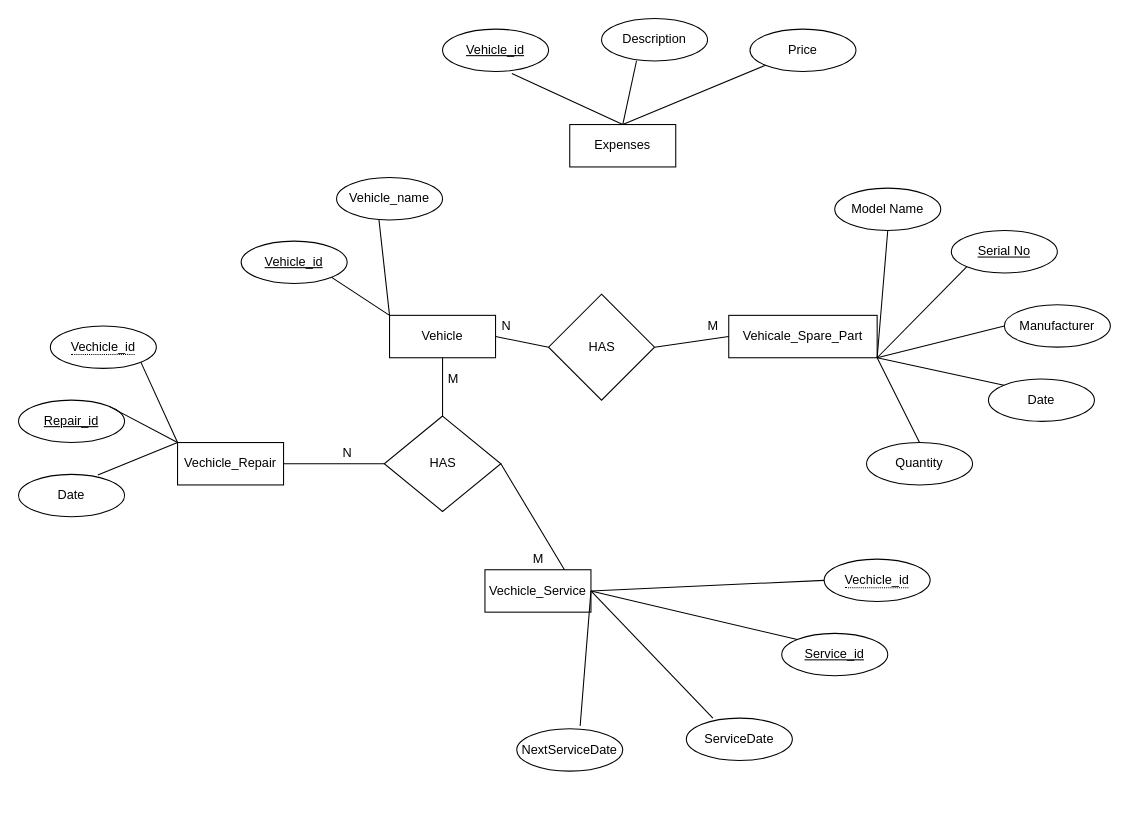
Before: ITP.drawio in Lasitha64/Project1, a draw.io diagram. Source tidied: cells renumbered, new cells numbered last; positions are measured from the earlier drawing's top-left corner, leaving out a move shared by most shapes. Both pictures are drawn from the tidied source at 106%, with x=0, y=0 at pixel (18, 18).
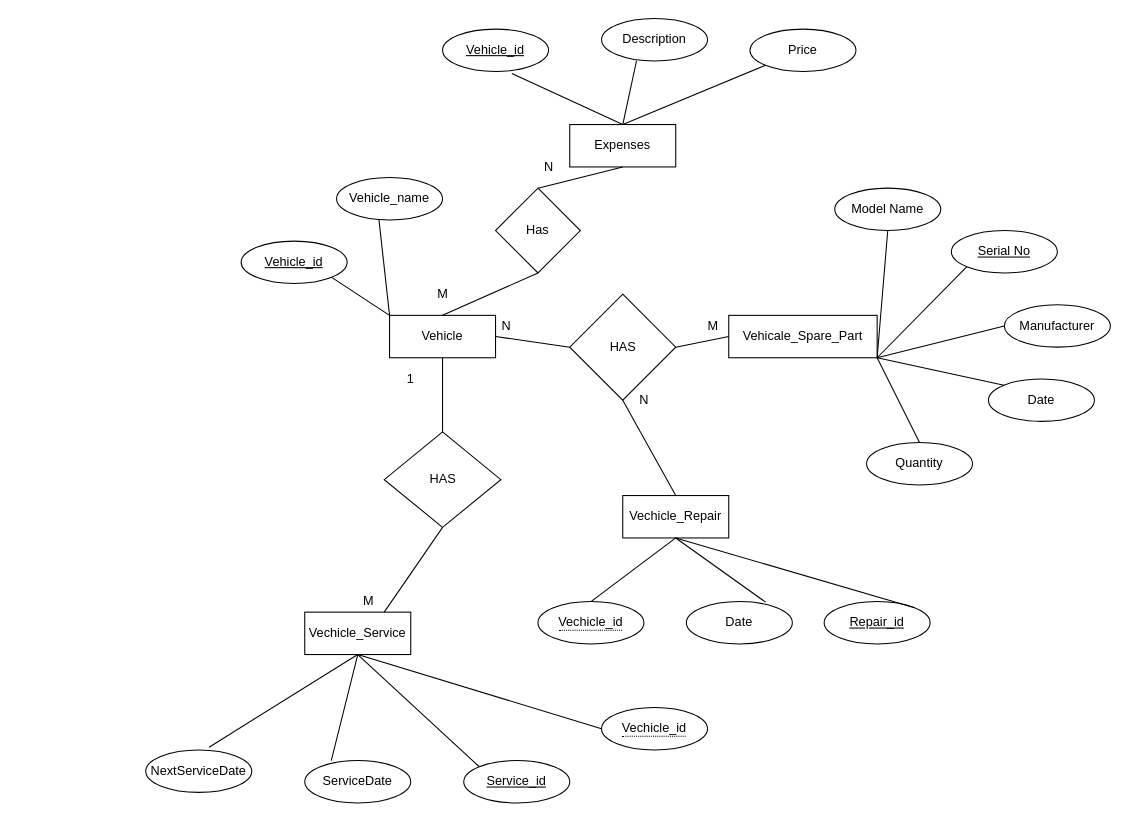
Above is the later version.

Unchanged cells that the change refers to:
```xml
<mxCell id="13" value="Vehicle" style="whiteSpace=wrap;html=1;align=center;" parent="1" vertex="1">
  <mxGeometry x="350" y="280" width="100" height="40" as="geometry" />
</mxCell>
<mxCell id="46" value="Expenses" style="whiteSpace=wrap;html=1;align=center;" parent="1" vertex="1">
  <mxGeometry x="520" y="100" width="100" height="40" as="geometry" />
</mxCell>
```

Change to the diagram source:
```diff
@@
     <mxCell id="18" value="HAS" style="shape=rhombus;html=1;dashed=0;whitespace=wrap;perimeter=rhombusPerimeter;" parent="1" vertex="1">
-      <mxGeometry x="500" y="260" width="100" height="100" as="geometry" />
+      <mxGeometry x="520" y="260" width="100" height="100" as="geometry" />
     </mxCell>
@@
     <mxCell id="23" value="Vechicle_Repair" style="whiteSpace=wrap;html=1;align=center;" parent="1" vertex="1">
-      <mxGeometry x="150" y="400" width="100" height="40" as="geometry" />
+      <mxGeometry x="570" y="450" width="100" height="40" as="geometry" />
     </mxCell>
     <mxCell id="24" value="&lt;span style=&quot;border-bottom: 1px dotted&quot;&gt;Vechicle_id&lt;br&gt;&lt;/span&gt;" style="ellipse;whiteSpace=wrap;html=1;align=center;" parent="1" vertex="1">
-      <mxGeometry x="30" y="290" width="100" height="40" as="geometry" />
+      <mxGeometry x="490" y="550" width="100" height="40" as="geometry" />
     </mxCell>
     <mxCell id="25" value="Repair_id" style="ellipse;whiteSpace=wrap;html=1;align=center;fontStyle=4;" parent="1" vertex="1">
-      <mxGeometry y="360" width="100" height="40" as="geometry" />
+      <mxGeometry x="760" y="550" width="100" height="40" as="geometry" />
     </mxCell>
     <mxCell id="26" value="Date" style="ellipse;whiteSpace=wrap;html=1;align=center;" parent="1" vertex="1">
-      <mxGeometry y="430" width="100" height="40" as="geometry" />
+      <mxGeometry x="630" y="550" width="100" height="40" as="geometry" />
     </mxCell>
-    <mxCell id="27" style="endArrow=none;html=1;entryX=1;entryY=1;entryDx=0;entryDy=0;exitX=0;exitY=0;exitDx=0;exitDy=0;" parent="1" edge="1" source="23" target="24">
+    <mxCell id="27" style="endArrow=none;html=1;entryX=0.5;entryY=0;entryDx=0;entryDy=0;exitX=0.5;exitY=1;exitDx=0;exitDy=0;" parent="1" edge="1" source="23" target="24">
       <mxGeometry relative="1" as="geometry" />
     </mxCell>
-    <mxCell id="28" style="endArrow=none;html=1;entryX=1;entryY=0;entryDx=0;entryDy=0;exitX=0;exitY=0;exitDx=0;exitDy=0;" parent="1" edge="1" source="23" target="25">
+    <mxCell id="28" style="endArrow=none;html=1;entryX=1;entryY=0;entryDx=0;entryDy=0;exitX=0.5;exitY=1;exitDx=0;exitDy=0;" parent="1" edge="1" source="23" target="25">
       <mxGeometry relative="1" as="geometry" />
     </mxCell>
-    <mxCell id="29" style="endArrow=none;html=1;entryX=0.748;entryY=0.015;entryDx=0;entryDy=0;exitX=0;exitY=0;exitDx=0;exitDy=0;entryPerimeter=0;" parent="1" edge="1" source="23" target="26">
+    <mxCell id="29" style="endArrow=none;html=1;entryX=0.748;entryY=0.015;entryDx=0;entryDy=0;exitX=0.5;exitY=1;exitDx=0;exitDy=0;entryPerimeter=0;" parent="1" edge="1" source="23" target="26">
       <mxGeometry relative="1" as="geometry" />
     </mxCell>
     <mxCell id="30" value="HAS" style="shape=rhombus;html=1;dashed=0;whitespace=wrap;perimeter=rhombusPerimeter;" parent="1" vertex="1">
-      <mxGeometry x="345" y="375" width="110" height="90" as="geometry" />
+      <mxGeometry x="345" y="390" width="110" height="90" as="geometry" />
     </mxCell>
-    <mxCell id="31" style="endArrow=none;html=1;entryX=0;entryY=0.5;entryDx=0;entryDy=0;exitX=1;exitY=0.5;exitDx=0;exitDy=0;" parent="1" edge="1" source="23" target="30">
+    <mxCell id="31" style="endArrow=none;html=1;entryX=0.5;entryY=1;entryDx=0;entryDy=0;exitX=0.5;exitY=0;exitDx=0;exitDy=0;" parent="1" edge="1" source="23" target="18">
       <mxGeometry relative="1" as="geometry" />
     </mxCell>
@@
     <mxCell id="33" value="N" style="text;html=1;align=center;verticalAlign=middle;strokeColor=none;" parent="1" vertex="1">
-      <mxGeometry x="300" y="400" width="20" height="20" as="geometry" />
+      <mxGeometry x="580" y="350" width="20" height="20" as="geometry" />
     </mxCell>
     <mxCell id="34" value="M" style="text;html=1;align=center;verticalAlign=middle;strokeColor=none;" parent="1" vertex="1">
-      <mxGeometry x="395" y="330" width="30" height="20" as="geometry" />
+      <mxGeometry x="315" y="540" width="30" height="20" as="geometry" />
     </mxCell>
     <mxCell id="35" value="Vechicle_Service" style="whiteSpace=wrap;html=1;align=center;" parent="1" vertex="1">
-      <mxGeometry x="440" y="520" width="100" height="40" as="geometry" />
+      <mxGeometry x="270" y="560" width="100" height="40" as="geometry" />
     </mxCell>
     <mxCell id="36" value="&lt;span style=&quot;border-bottom: 1px dotted&quot;&gt;Vechicle_id&lt;br&gt;&lt;/span&gt;" style="ellipse;whiteSpace=wrap;html=1;align=center;" parent="1" vertex="1">
-      <mxGeometry x="760" y="510" width="100" height="40" as="geometry" />
+      <mxGeometry x="550" y="650" width="100" height="40" as="geometry" />
     </mxCell>
     <mxCell id="37" value="Service_id" style="ellipse;whiteSpace=wrap;html=1;align=center;fontStyle=4;" parent="1" vertex="1">
-      <mxGeometry x="720" y="580" width="100" height="40" as="geometry" />
+      <mxGeometry x="420" y="700" width="100" height="40" as="geometry" />
     </mxCell>
     <mxCell id="38" value="ServiceDate" style="ellipse;whiteSpace=wrap;html=1;align=center;" parent="1" vertex="1">
-      <mxGeometry x="630" y="660" width="100" height="40" as="geometry" />
+      <mxGeometry x="270" y="700" width="100" height="40" as="geometry" />
     </mxCell>
     <mxCell id="39" value="NextServiceDate" style="ellipse;whiteSpace=wrap;html=1;align=center;" parent="1" vertex="1">
-      <mxGeometry x="470" y="670" width="100" height="40" as="geometry" />
+      <mxGeometry x="120" y="690" width="100" height="40" as="geometry" />
     </mxCell>
-    <mxCell id="40" style="endArrow=none;html=1;entryX=0;entryY=0.5;entryDx=0;entryDy=0;exitX=1;exitY=0.5;exitDx=0;exitDy=0;" parent="1" edge="1" source="35" target="36">
+    <mxCell id="40" style="endArrow=none;html=1;entryX=0;entryY=0.5;entryDx=0;entryDy=0;exitX=0.5;exitY=1;exitDx=0;exitDy=0;" parent="1" edge="1" source="35" target="36">
       <mxGeometry relative="1" as="geometry" />
     </mxCell>
-    <mxCell id="41" style="endArrow=none;html=1;entryX=0;entryY=0;entryDx=0;entryDy=0;exitX=1;exitY=0.5;exitDx=0;exitDy=0;" parent="1" edge="1" source="35" target="37">
+    <mxCell id="41" style="endArrow=none;html=1;entryX=0;entryY=0;entryDx=0;entryDy=0;exitX=0.5;exitY=1;exitDx=0;exitDy=0;" parent="1" edge="1" source="35" target="37">
       <mxGeometry relative="1" as="geometry" />
     </mxCell>
-    <mxCell id="42" style="endArrow=none;html=1;entryX=0.25;entryY=0;entryDx=0;entryDy=0;exitX=1;exitY=0.5;exitDx=0;exitDy=0;entryPerimeter=0;" parent="1" edge="1" source="35" target="38">
+    <mxCell id="42" style="endArrow=none;html=1;entryX=0.25;entryY=0;entryDx=0;entryDy=0;exitX=0.5;exitY=1;exitDx=0;exitDy=0;entryPerimeter=0;" parent="1" edge="1" source="35" target="38">
       <mxGeometry relative="1" as="geometry" />
     </mxCell>
-    <mxCell id="43" style="endArrow=none;html=1;entryX=0.598;entryY=-0.065;entryDx=0;entryDy=0;exitX=1;exitY=0.5;exitDx=0;exitDy=0;entryPerimeter=0;" parent="1" edge="1" source="35" target="39">
+    <mxCell id="43" style="endArrow=none;html=1;entryX=0.598;entryY=-0.065;entryDx=0;entryDy=0;exitX=0.5;exitY=1;exitDx=0;exitDy=0;entryPerimeter=0;" parent="1" edge="1" source="35" target="39">
       <mxGeometry relative="1" as="geometry" />
     </mxCell>
-    <mxCell id="44" style="endArrow=none;html=1;entryX=0.75;entryY=0;entryDx=0;entryDy=0;exitX=1;exitY=0.5;exitDx=0;exitDy=0;" parent="1" edge="1" source="30" target="35">
+    <mxCell id="44" style="endArrow=none;html=1;entryX=0.75;entryY=0;entryDx=0;entryDy=0;exitX=0.5;exitY=1;exitDx=0;exitDy=0;" parent="1" edge="1" source="30" target="35">
       <mxGeometry relative="1" as="geometry" />
     </mxCell>
     <mxCell id="45" value="M" style="text;html=1;align=center;verticalAlign=middle;strokeColor=none;" parent="1" vertex="1">
-      <mxGeometry x="475" y="500" width="30" height="20" as="geometry" />
+      <mxGeometry x="385" y="250" width="30" height="20" as="geometry" />
     </mxCell>
@@
+    <mxCell id="53" style="rhombus;whiteSpace=wrap;html=1;" parent="1" vertex="1">
+      <mxGeometry x="450" y="160" width="80" height="80" as="geometry" />
+    </mxCell>
+    <mxCell id="54" style="endArrow=none;html=1;entryX=0.5;entryY=1;entryDx=0;entryDy=0;exitX=0.5;exitY=0;exitDx=0;exitDy=0;" parent="1" edge="1" source="13" target="53">
+      <mxGeometry relative="1" as="geometry" />
+    </mxCell>
+    <mxCell id="55" style="endArrow=none;html=1;exitX=0.5;exitY=0;exitDx=0;exitDy=0;entryX=0.5;entryY=1;entryDx=0;entryDy=0;" parent="1" edge="1" source="53" target="46">
+      <mxGeometry relative="1" as="geometry" />
+    </mxCell>
+    <mxCell id="56" value="Has" style="text;html=1;strokeColor=none;fillColor=none;align=center;verticalAlign=middle;whiteSpace=wrap;rounded=0;" parent="1" vertex="1">
+      <mxGeometry x="470" y="190" width="40" height="20" as="geometry" />
+    </mxCell>
+    <mxCell id="57" value="N" style="text;html=1;align=center;verticalAlign=middle;strokeColor=none;" parent="1" vertex="1">
+      <mxGeometry x="490" y="130" width="20" height="20" as="geometry" />
+    </mxCell>
+    <mxCell id="58" value="1" style="text;html=1;strokeColor=none;fillColor=none;align=center;verticalAlign=middle;whiteSpace=wrap;rounded=0;" parent="1" vertex="1">
+      <mxGeometry x="350" y="330" width="40" height="20" as="geometry" />
+    </mxCell>
```
